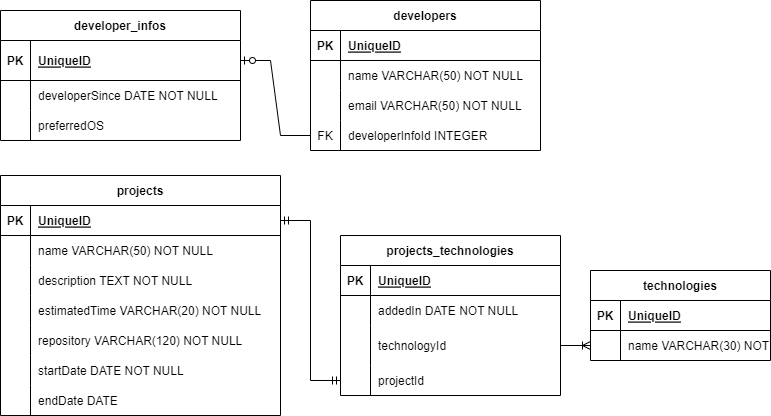
Earlier version of the draw.io export DER developers.png (CaioFragoso23/Projeto-Desenvolvedores). Source tidied: cells renumbered, new cells last; positions are measured from the earlier drawing's top-left corner, leaving out a move shared by most shapes.
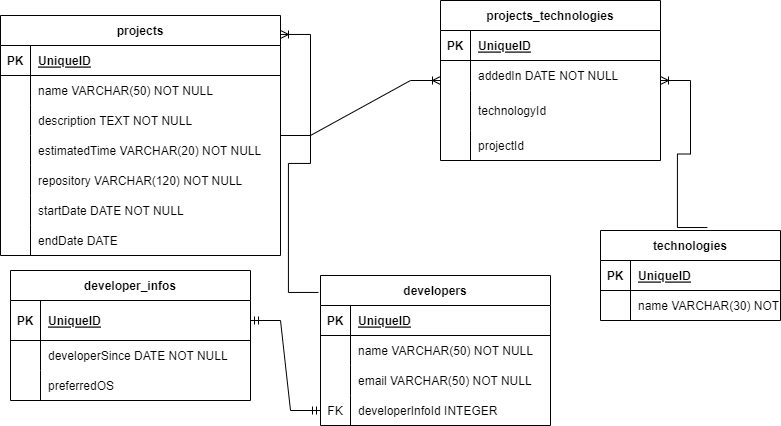
After the commit.

The edit, as a diff of the source:
```diff
@@ -3,7 +3,7 @@
     <mxCell id="0" />
     <mxCell id="1" parent="0" />
     <mxCell id="2" value="developers" style="shape=table;startSize=30;rowLines=0;fontStyle=1;align=center;" parent="1" vertex="1">
-      <mxGeometry x="310" width="230" height="150" as="geometry" />
+      <mxGeometry x="300" y="270" width="230" height="150" as="geometry" />
     </mxCell>
     <mxCell id="3" style="shape=tableRow;horizontal=0;startSize=0;swimlaneHead=0;swimlaneBody=0;fillColor=none;top=0;left=0;right=0;bottom=1;" parent="2" vertex="1">
       <mxGeometry y="30" width="230" height="30" as="geometry" />
@@ -42,7 +42,7 @@
       <mxGeometry x="30" width="200" height="30" as="geometry" />
     </mxCell>
     <mxCell id="15" value="technologies" style="shape=table;startSize=30;rowLines=0;fontStyle=1;align=center;" parent="1" vertex="1">
-      <mxGeometry x="590" y="270" width="180" height="90" as="geometry" />
+      <mxGeometry x="580" y="225" width="180" height="90" as="geometry" />
     </mxCell>
     <mxCell id="16" style="shape=tableRow;horizontal=0;startSize=0;swimlaneHead=0;swimlaneBody=0;fillColor=none;top=0;left=0;right=0;bottom=1;" parent="15" vertex="1">
       <mxGeometry y="30" width="180" height="30" as="geometry" />
@@ -63,7 +63,7 @@
       <mxGeometry x="30" width="150" height="30" as="geometry" />
     </mxCell>
     <mxCell id="22" value="projects" style="shape=table;startSize=30;rowLines=0;fontStyle=1;align=center;" parent="1" vertex="1">
-      <mxGeometry y="175" width="280" height="240" as="geometry" />
+      <mxGeometry x="-20" y="10" width="280" height="240" as="geometry" />
     </mxCell>
     <mxCell id="23" style="shape=tableRow;horizontal=0;startSize=0;swimlaneHead=0;swimlaneBody=0;fillColor=none;points=[[0,0.5],[1,0.5]];portConstraint=eastwest;top=0;left=0;right=0;bottom=1;" parent="22" vertex="1">
       <mxGeometry y="30" width="280" height="30" as="geometry" />
@@ -129,7 +129,7 @@
       <mxGeometry x="30" width="250" height="30" as="geometry" />
     </mxCell>
     <mxCell id="44" value="developer_infos" style="shape=table;startSize=30;rowLines=0;fontStyle=1;align=center;" parent="1" vertex="1">
-      <mxGeometry y="10" width="240" height="130" as="geometry" />
+      <mxGeometry x="-10" y="265" width="240" height="130" as="geometry" />
     </mxCell>
     <mxCell id="45" style="shape=tableRow;horizontal=0;startSize=0;swimlaneHead=0;swimlaneBody=0;fillColor=none;points=[[0,0.5],[1,0.5]];portConstraint=eastwest;top=0;left=0;right=0;bottom=1;" parent="44" vertex="1">
       <mxGeometry y="30" width="240" height="40" as="geometry" />
@@ -159,7 +159,7 @@
       <mxGeometry x="30" width="210" height="30" as="geometry" />
     </mxCell>
     <mxCell id="54" value="projects_technologies" style="shape=table;startSize=30;rowLines=0;fontStyle=1;align=center;" parent="1" vertex="1">
-      <mxGeometry x="340" y="235" width="220" height="160" as="geometry" />
+      <mxGeometry x="420" y="-5" width="220" height="160" as="geometry" />
     </mxCell>
     <mxCell id="55" style="shape=tableRow;horizontal=0;startSize=0;swimlaneHead=0;swimlaneBody=0;fillColor=none;top=0;left=0;right=0;bottom=1;" parent="54" vertex="1">
       <mxGeometry y="30" width="220" height="30" as="geometry" />
@@ -197,14 +197,17 @@
     <mxCell id="66" value="projectId" style="shape=partialRectangle;fillColor=none;top=0;left=0;bottom=0;right=0;align=left;spacingLeft=6;overflow=hidden;" parent="64" vertex="1">
       <mxGeometry x="30" width="190" height="30" as="geometry" />
     </mxCell>
-    <mxCell id="67" style="edgeStyle=entityRelationEdgeStyle;fontSize=12;html=1;endArrow=ERoneToMany;rounded=0;exitX=1;exitY=0.5;exitDx=0;exitDy=0;entryX=0;entryY=0.5;entryDx=0;entryDy=0;" parent="1" edge="1" source="61" target="19">
-      <mxGeometry relative="1" as="geometry" />
-    </mxCell>
-    <mxCell id="68" style="edgeStyle=entityRelationEdgeStyle;fontSize=12;html=1;endArrow=ERzeroToOne;endFill=1;rounded=0;entryX=1;entryY=0.5;entryDx=0;entryDy=0;exitX=0;exitY=0.5;exitDx=0;exitDy=0;" parent="1" edge="1" source="12" target="45">
-      <mxGeometry relative="1" as="geometry" />
-    </mxCell>
-    <mxCell id="69" style="edgeStyle=entityRelationEdgeStyle;fontSize=12;html=1;endArrow=ERmandOne;startArrow=ERmandOne;rounded=0;exitX=0;exitY=0.5;exitDx=0;exitDy=0;entryX=1;entryY=0.5;entryDx=0;entryDy=0;" parent="1" edge="1" source="64" target="23">
-      <mxGeometry relative="1" as="geometry" />
-    </mxCell>
+    <mxCell id="70" style="edgeStyle=entityRelationEdgeStyle;fontSize=12;html=1;endArrow=ERmandOne;startArrow=ERmandOne;rounded=0;entryX=0;entryY=0.5;entryDx=0;entryDy=0;exitX=1;exitY=0.5;exitDx=0;exitDy=0;" parent="1" edge="1" source="45" target="12">
+      <mxGeometry relative="1" as="geometry" />
+    </mxCell>
+    <mxCell id="71" style="edgeStyle=entityRelationEdgeStyle;fontSize=12;html=1;endArrow=ERoneToMany;rounded=0;exitX=-0.009;exitY=0.113;exitDx=0;exitDy=0;exitPerimeter=0;entryX=1;entryY=0.079;entryDx=0;entryDy=0;entryPerimeter=0;" parent="1" edge="1" source="2" target="22">
+      <mxGeometry relative="1" as="geometry" />
+    </mxCell>
+    <mxCell id="72" style="edgeStyle=entityRelationEdgeStyle;fontSize=12;html=1;endArrow=ERoneToMany;rounded=0;" parent="1" edge="1" source="22" target="54">
+      <mxGeometry relative="1" as="geometry" />
+    </mxCell>
+    <mxCell id="73" style="edgeStyle=entityRelationEdgeStyle;fontSize=12;html=1;endArrow=ERoneToMany;rounded=0;exitX=0.594;exitY=-0.033;exitDx=0;exitDy=0;exitPerimeter=0;" parent="1" edge="1" source="15" target="54">
+      <mxGeometry relative="1" as="geometry" />
+    </mxCell>
   </root>
 </mxGraphModel>
```
